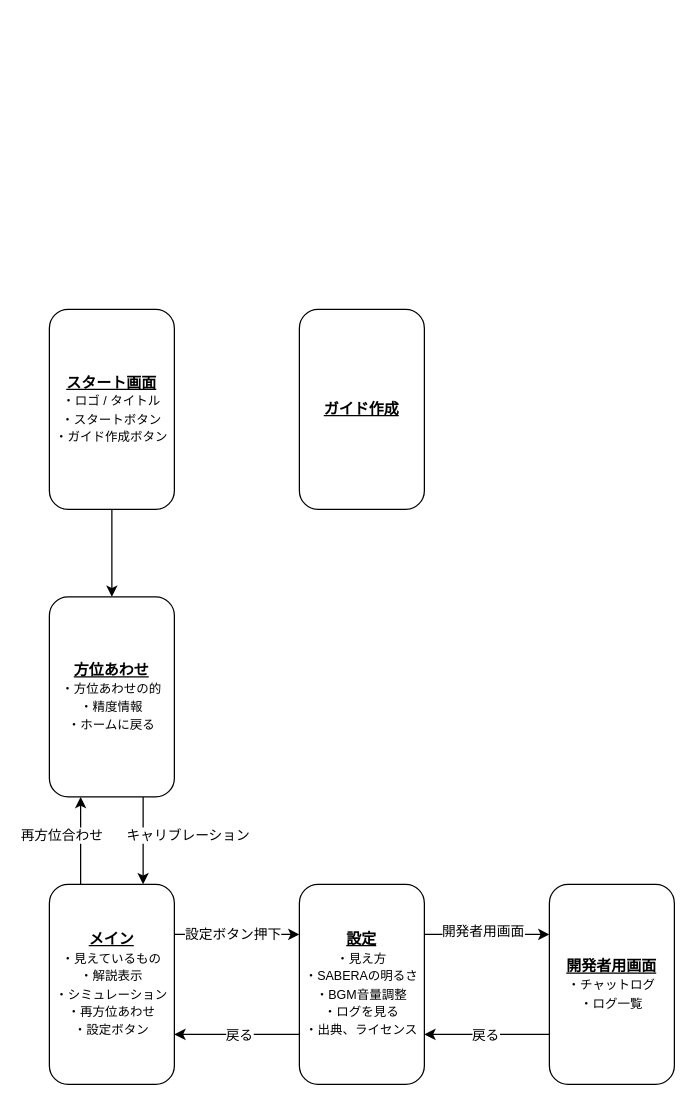
Before: docs/team-e/diagrams/画面遷移_スマホ.drawio in jigintern/sabera-team-e, a draw.io diagram. Source tidied: cells renumbered, new cells numbered last; positions are measured from the earlier drawing's top-left corner, leaving out a move shared by most shapes. Both pictures are drawn from the tidied source at 125%, with x=0, y=0 at pixel (49, 309).
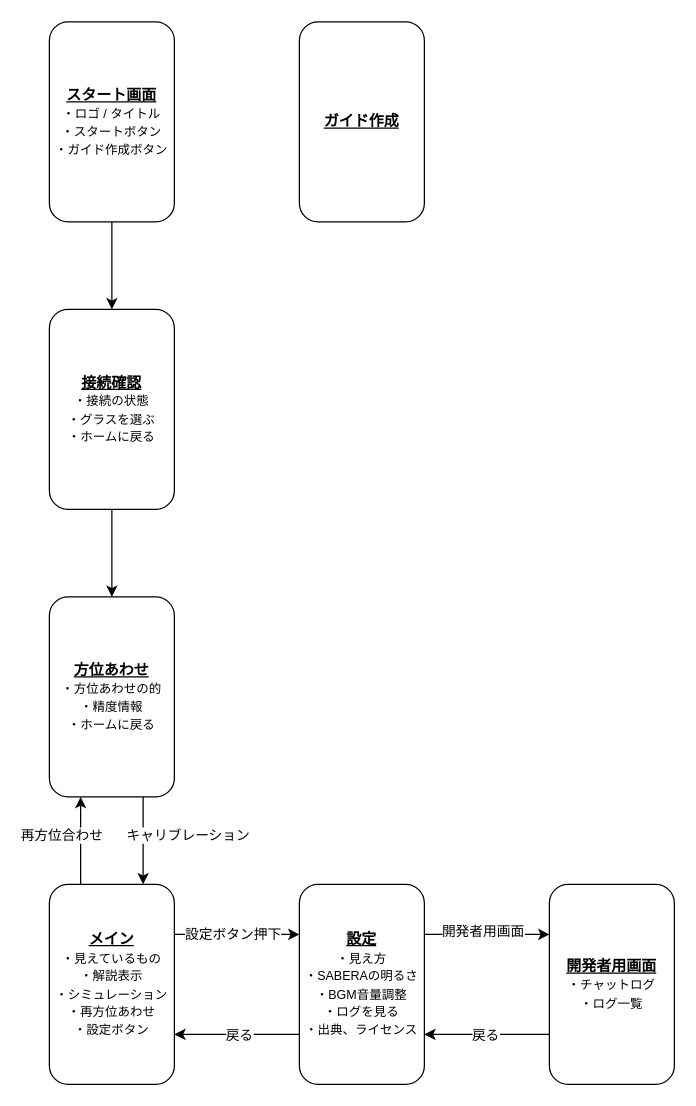
The same diagram, later.

Commit message:
docs: スマホの画面遷移に接続確認画面を足す

The change refers to these unchanged cells:
```xml
<mxCell id="4" value="&lt;b&gt;&lt;u&gt;方位あわせ&lt;/u&gt;&lt;/b&gt;&lt;div&gt;&lt;font style=&quot;font-size: 10px;&quot;&gt;・方位あわせの的&lt;br&gt;&lt;/font&gt;&lt;/div&gt;&lt;div&gt;&lt;font style=&quot;font-size: 10px;&quot;&gt;・精度情報&lt;/font&gt;&lt;/div&gt;&lt;div&gt;&lt;font style=&quot;font-size: 10px;&quot;&gt;・ホームに戻る&lt;/font&gt;&lt;/div&gt;" style="rounded=1;whiteSpace=wrap;html=1;" parent="1" vertex="1">
  <mxGeometry y="230" width="100" height="160" as="geometry" />
</mxCell>
```

Change to the diagram source:
```diff
@@
-    <mxCell id="2" style="edgeStyle=orthogonalEdgeStyle;rounded=0;jettySize=auto;html=1;entryX=0.5;entryY=0;entryDx=0;entryDy=0;" parent="1" edge="1" source="3" target="4">
+    <mxCell id="2" style="edgeStyle=orthogonalEdgeStyle;rounded=0;jettySize=auto;html=1;entryX=0.5;entryY=0;entryDx=0;entryDy=0;" parent="1" edge="1" source="3" target="21">
       <mxGeometry relative="1" as="geometry" />
     </mxCell>
     <mxCell id="3" value="&lt;b&gt;&lt;u&gt;スタート画面&lt;/u&gt;&lt;/b&gt;&lt;div&gt;&lt;font style=&quot;font-size: 10px;&quot;&gt;・ロゴ / タイトル&lt;/font&gt;&lt;/div&gt;&lt;div&gt;&lt;font style=&quot;font-size: 10px;&quot;&gt;・スタートボタン&lt;/font&gt;&lt;/div&gt;&lt;div&gt;&lt;font style=&quot;font-size: 10px;&quot;&gt;・ガイド作成ボタン&lt;/font&gt;&lt;/div&gt;" style="rounded=1;whiteSpace=wrap;html=1;" parent="1" vertex="1">
-      <mxGeometry width="100" height="160" as="geometry" />
+      <mxGeometry y="-230" width="100" height="160" as="geometry" />
     </mxCell>
@@
     <mxCell id="16" value="&lt;b&gt;&lt;u&gt;ガイド作成&lt;/u&gt;&lt;/b&gt;" style="rounded=1;whiteSpace=wrap;html=1;" parent="1" vertex="1">
-      <mxGeometry x="200" width="100" height="160" as="geometry" />
+      <mxGeometry x="200" y="-230" width="100" height="160" as="geometry" />
     </mxCell>
@@
+    <mxCell id="21" value="&lt;b&gt;&lt;u&gt;接続確認&lt;/u&gt;&lt;/b&gt;&lt;div&gt;&lt;font style=&quot;font-size: 10px;&quot;&gt;・接続の状態&lt;/font&gt;&lt;/div&gt;&lt;div&gt;&lt;font style=&quot;font-size: 10px;&quot;&gt;・グラスを選ぶ&lt;/font&gt;&lt;/div&gt;&lt;div&gt;&lt;font style=&quot;font-size: 10px;&quot;&gt;・ホームに戻る&lt;/font&gt;&lt;/div&gt;" style="rounded=1;whiteSpace=wrap;html=1;" parent="1" vertex="1">
+      <mxGeometry width="100" height="160" as="geometry" />
+    </mxCell>
+    <mxCell id="22" style="edgeStyle=orthogonalEdgeStyle;rounded=0;jettySize=auto;html=1;" parent="1" edge="1" source="21" target="4">
+      <mxGeometry relative="1" as="geometry" />
+    </mxCell>
```
